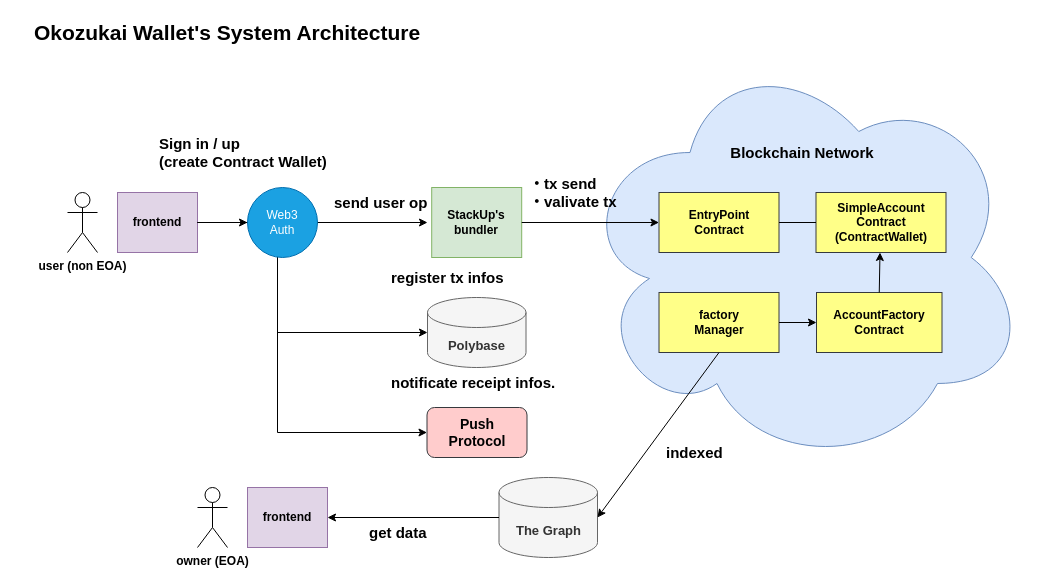
mashharuki/HackFS-2023 keeps this draw.io diagram as page "onemorethon" (3 of 3) of pkgs/docs/draw/system.drawio. Above is the earlier version. Source tidied: cells renumbered, new cells numbered last; positions are measured from the earlier drawing's top-left corner, leaving out a move shared by most shapes. Both pictures are drawn from the tidied source at 100%, with x=0, y=0 at pixel (17, 17).
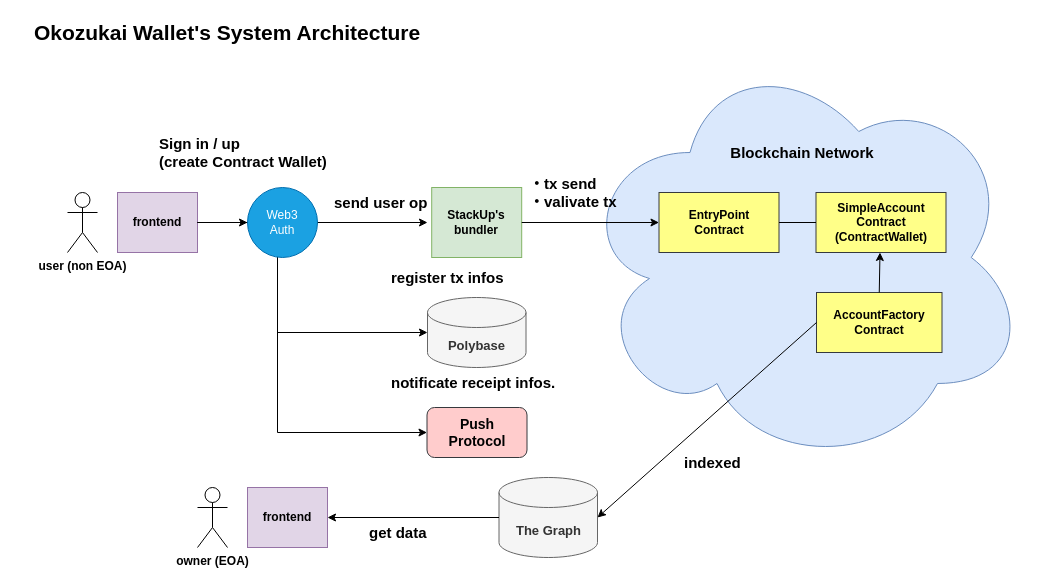
After the change.

Commit message:
system.drawio を更新します

The change refers to these unchanged cells:
```xml
<mxCell id="15" value="&lt;b&gt;&lt;font style=&quot;font-size: 13px;&quot;&gt;The Graph&lt;/font&gt;&lt;/b&gt;" style="shape=cylinder3;whiteSpace=wrap;html=1;boundedLbl=1;backgroundOutline=1;size=15;fillColor=#f5f5f5;strokeColor=#666666;fontColor=#333333;" parent="1" vertex="1">
  <mxGeometry x="481.5" y="460" width="98.5" height="80" as="geometry" />
</mxCell>
<mxCell id="20" value="AccountFactory&lt;br&gt;Contract" style="rounded=0;whiteSpace=wrap;html=1;fontStyle=1;fillColor=#ffff88;strokeColor=#36393d;" parent="1" vertex="1">
  <mxGeometry x="799" y="275" width="125.5" height="60" as="geometry" />
</mxCell>
```

Diff of the diagram source:
```diff
@@
     <mxCell id="18" value="indexed" style="text;html=1;strokeColor=none;fillColor=none;align=left;verticalAlign=middle;whiteSpace=wrap;rounded=0;fontStyle=1;fontSize=15;" parent="1" vertex="1">
-      <mxGeometry x="646.5" y="420" width="110" height="30" as="geometry" />
+      <mxGeometry x="665" y="430" width="75" height="30" as="geometry" />
     </mxCell>
-    <mxCell id="19" value="factory&lt;br&gt;Manager" style="rounded=0;whiteSpace=wrap;html=1;fontStyle=1;fillColor=#ffff88;strokeColor=#36393d;" parent="1" vertex="1">
-      <mxGeometry x="641.5" y="275" width="120" height="60" as="geometry" />
-    </mxCell>
@@
-    <mxCell id="21" style="endArrow=classic;html=1;rounded=0;exitX=1;exitY=0.5;exitDx=0;exitDy=0;entryX=0;entryY=0.5;entryDx=0;entryDy=0;" parent="1" edge="1" source="19" target="20">
-      <mxGeometry relative="1" as="geometry" />
-    </mxCell>
@@
-    <mxCell id="24" style="endArrow=classic;html=1;rounded=0;exitX=0.5;exitY=1;exitDx=0;exitDy=0;entryX=1;entryY=0.5;entryDx=0;entryDy=0;entryPerimeter=0;" parent="1" edge="1" source="19" target="15">
+    <mxCell id="24" style="endArrow=classic;html=1;rounded=0;exitX=0;exitY=0.5;exitDx=0;exitDy=0;entryX=1;entryY=0.5;entryDx=0;entryDy=0;entryPerimeter=0;" parent="1" edge="1" source="20" target="15">
       <mxGeometry relative="1" as="geometry" />
     </mxCell>
```
